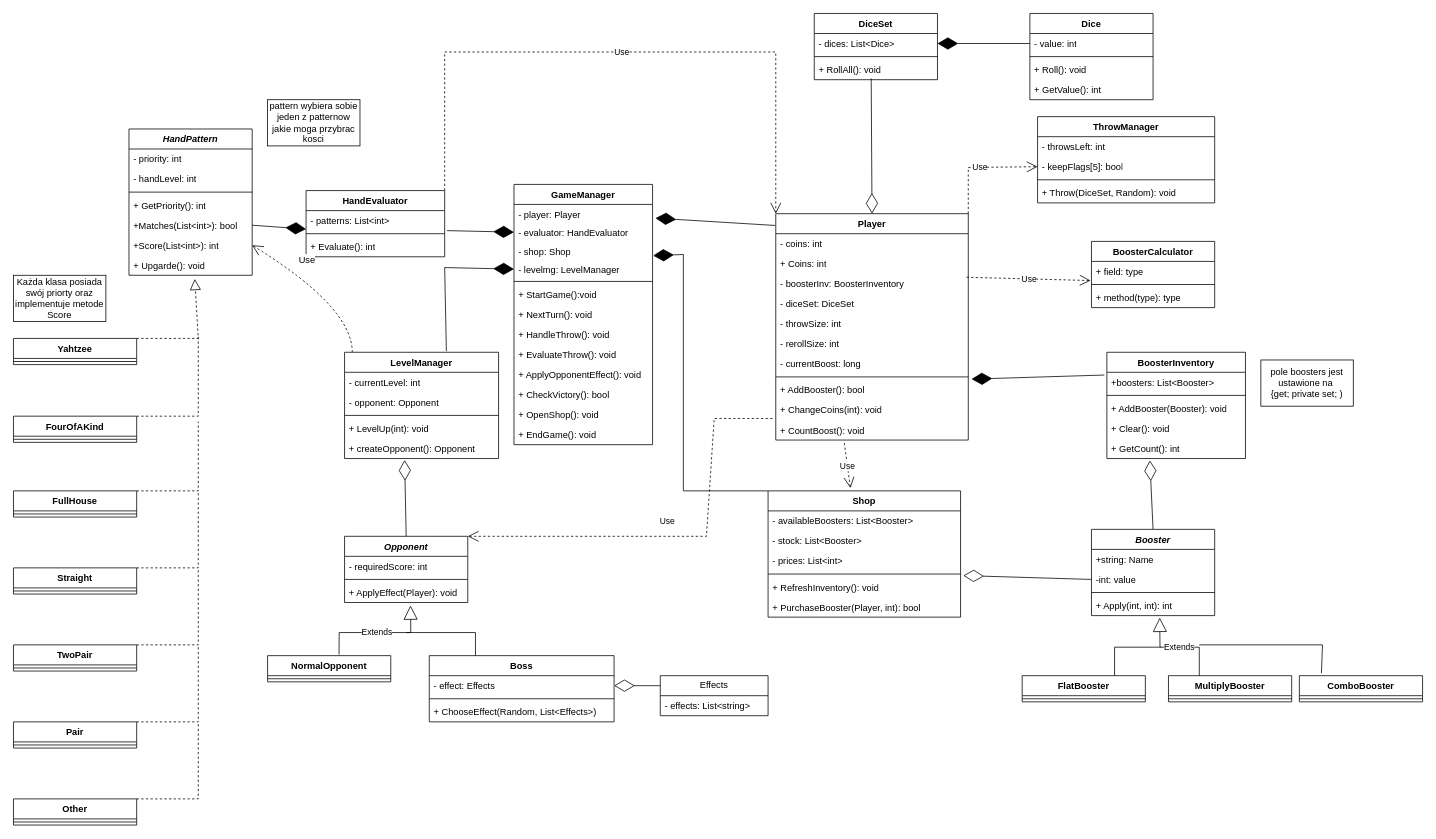
Before: DiceGame.drawio in kcprlal/DiceGame, a draw.io diagram. Source tidied: cells renumbered, new cells numbered last; positions are measured from the earlier drawing's top-left corner, leaving out a move shared by most shapes. Both pictures are drawn from the tidied source at 77%, with x=0, y=0 at pixel (13, 13).
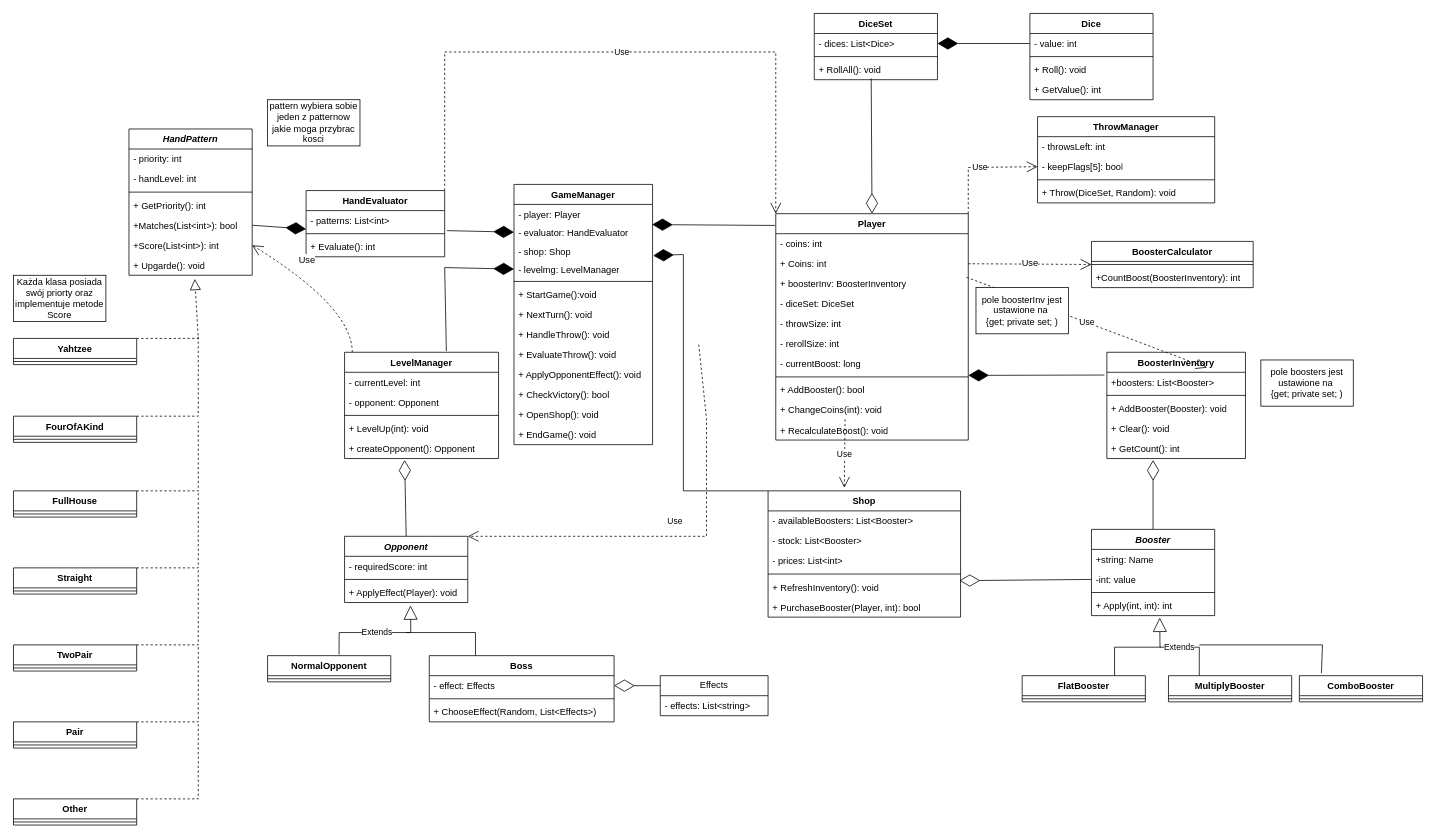
After the change.

The change refers to these unchanged cells:
```xml
<mxCell id="3" value="- player: Player" style="text;strokeColor=none;fillColor=none;align=left;verticalAlign=top;spacingLeft=4;spacingRight=4;overflow=hidden;points=[[0,0.5],[1,0.5]];portConstraint=eastwest;whiteSpace=wrap;html=1;" parent="2" vertex="1">
  <mxGeometry y="26" width="180" height="24" as="geometry" />
</mxCell>
<mxCell id="4" value="- evaluator: HandEvaluator" style="text;strokeColor=none;fillColor=none;align=left;verticalAlign=top;spacingLeft=4;spacingRight=4;overflow=hidden;points=[[0,0.5],[1,0.5]];portConstraint=eastwest;whiteSpace=wrap;html=1;" parent="2" vertex="1">
  <mxGeometry y="50" width="180" height="24" as="geometry" />
</mxCell>
<mxCell id="16" value="Player" style="swimlane;fontStyle=1;align=center;verticalAlign=top;horizontal=1;startSize=26;whiteSpace=wrap;html=1;" parent="1" vertex="1">
  <mxGeometry x="990" y="260" width="250" height="294" as="geometry" />
</mxCell>
<mxCell id="18" value="+ Coins: int" style="text;strokeColor=none;fillColor=none;align=left;verticalAlign=top;spacingLeft=4;spacingRight=4;overflow=hidden;points=[[0,0.5],[1,0.5]];portConstraint=eastwest;whiteSpace=wrap;html=1;" parent="16" vertex="1">
  <mxGeometry y="52" width="250" height="26" as="geometry" />
</mxCell>
<mxCell id="25" value="+ AddBooster(): bool" style="text;strokeColor=none;fillColor=none;align=left;verticalAlign=top;spacingLeft=4;spacingRight=4;overflow=hidden;points=[[0,0.5],[1,0.5]];portConstraint=eastwest;whiteSpace=wrap;html=1;" parent="16" vertex="1">
  <mxGeometry y="216" width="250" height="26" as="geometry" />
</mxCell>
<mxCell id="30" value="+boosters: List&amp;lt;Booster&amp;gt;" style="text;strokeColor=none;fillColor=none;align=left;verticalAlign=top;spacingLeft=4;spacingRight=4;overflow=hidden;points=[[0,0.5],[1,0.5]];portConstraint=eastwest;whiteSpace=wrap;html=1;" parent="29" vertex="1">
  <mxGeometry y="26" width="180" height="26" as="geometry" />
</mxCell>
<mxCell id="34" value="+ GetCount(): int" style="text;strokeColor=none;fillColor=none;align=left;verticalAlign=top;spacingLeft=4;spacingRight=4;overflow=hidden;points=[[0,0.5],[1,0.5]];portConstraint=eastwest;whiteSpace=wrap;html=1;" parent="29" vertex="1">
  <mxGeometry y="112" width="180" height="26" as="geometry" />
</mxCell>
<mxCell id="36" value="&lt;i&gt;Booster&lt;/i&gt;" style="swimlane;fontStyle=1;align=center;verticalAlign=top;horizontal=1;startSize=26;whiteSpace=wrap;html=1;" parent="1" vertex="1">
  <mxGeometry x="1400" y="670" width="160" height="112" as="geometry" />
</mxCell>
<mxCell id="38" value="-int: value" style="text;strokeColor=none;fillColor=none;align=left;verticalAlign=top;spacingLeft=4;spacingRight=4;overflow=hidden;points=[[0,0.5],[1,0.5]];portConstraint=eastwest;whiteSpace=wrap;html=1;" parent="36" vertex="1">
  <mxGeometry y="52" width="160" height="26" as="geometry" />
</mxCell>
<mxCell id="46" value="Shop" style="swimlane;fontStyle=1;align=center;verticalAlign=top;horizontal=1;startSize=26;whiteSpace=wrap;html=1;" parent="1" vertex="1">
  <mxGeometry x="980" y="620" width="250" height="164" as="geometry" />
</mxCell>
<mxCell id="51" value="+ RefreshInventory(): void" style="text;strokeColor=none;fillColor=none;align=left;verticalAlign=top;spacingLeft=4;spacingRight=4;overflow=hidden;points=[[0,0.5],[1,0.5]];portConstraint=eastwest;whiteSpace=wrap;html=1;" parent="46" vertex="1">
  <mxGeometry y="112" width="250" height="26" as="geometry" />
</mxCell>
<mxCell id="97" value="&lt;i&gt;Opponent&lt;/i&gt;" style="swimlane;fontStyle=1;align=center;verticalAlign=top;horizontal=1;startSize=26;whiteSpace=wrap;html=1;" parent="1" vertex="1">
  <mxGeometry x="430" y="679" width="160" height="86" as="geometry" />
</mxCell>
```

The edit, as a diff of the source:
```diff
@@
-    <mxCell id="19" value="- boosterInv: BoosterInventory" style="text;strokeColor=none;fillColor=none;align=left;verticalAlign=top;spacingLeft=4;spacingRight=4;overflow=hidden;points=[[0,0.5],[1,0.5]];portConstraint=eastwest;whiteSpace=wrap;html=1;" parent="16" vertex="1">
+    <mxCell id="19" value="+ boosterInv: BoosterInventory" style="text;strokeColor=none;fillColor=none;align=left;verticalAlign=top;spacingLeft=4;spacingRight=4;overflow=hidden;points=[[0,0.5],[1,0.5]];portConstraint=eastwest;whiteSpace=wrap;html=1;" parent="16" vertex="1">
       <mxGeometry y="78" width="250" height="26" as="geometry" />
     </mxCell>
@@
-    <mxCell id="27" value="+ CountBoost(): void" style="text;strokeColor=none;fillColor=none;align=left;verticalAlign=top;spacingLeft=4;spacingRight=4;overflow=hidden;points=[[0,0.5],[1,0.5]];portConstraint=eastwest;whiteSpace=wrap;html=1;" parent="16" vertex="1">
-      <mxGeometry y="268" width="250" height="26" as="geometry" />
-    </mxCell>
+    <mxCell id="147" value="+ RecalculateBoost(): void" style="text;strokeColor=none;fillColor=none;align=left;verticalAlign=top;spacingLeft=4;spacingRight=4;overflow=hidden;whiteSpace=wrap;html=1;" parent="16" vertex="1">
+      <mxGeometry y="268" width="250" height="26" as="geometry" />
+    </mxCell>
-    <mxCell id="28" style="endArrow=diamondThin;endFill=1;endSize=24;html=1;rounded=0;exitX=-0.004;exitY=0.052;exitDx=0;exitDy=0;entryX=1.021;entryY=0.743;entryDx=0;entryDy=0;entryPerimeter=0;exitPerimeter=0;" parent="1" edge="1" source="16" target="3">
+    <mxCell id="28" style="endArrow=diamondThin;endFill=1;endSize=24;html=1;rounded=0;exitX=-0.004;exitY=0.052;exitDx=0;exitDy=0;entryX=0.997;entryY=0.092;entryDx=0;entryDy=0;entryPerimeter=0;exitPerimeter=0;" parent="1" edge="1" source="16" target="4">
       <mxGeometry relative="1" as="geometry" />
     </mxCell>
@@
-    <mxCell id="35" style="endArrow=diamondThin;endFill=0;endSize=24;html=1;rounded=0;entryX=0.31;entryY=1.095;entryDx=0;entryDy=0;entryPerimeter=0;exitX=0.5;exitY=0;exitDx=0;exitDy=0;" parent="1" edge="1" source="36" target="34">
-      <mxGeometry relative="1" as="geometry" />
+    <mxCell id="35" style="endArrow=diamondThin;endFill=0;endSize=24;html=1;rounded=0;exitX=0.5;exitY=0;exitDx=0;exitDy=0;" parent="1" edge="1" source="36">
+      <mxGeometry relative="1" as="geometry">
+        <mxPoint x="1480" y="580" as="targetPoint" />
+      </mxGeometry>
     </mxCell>
@@
-    <mxCell id="54" value="Use" style="endArrow=open;endSize=12;dashed=1;html=1;rounded=0;exitX=0.356;exitY=1.148;exitDx=0;exitDy=0;exitPerimeter=0;entryX=0.428;entryY=-0.022;entryDx=0;entryDy=0;entryPerimeter=0;" parent="1" edge="1" source="27" target="46">
-      <mxGeometry x="0.01" relative="1" as="geometry" />
+    <mxCell id="54" value="Use" style="endArrow=open;endSize=12;dashed=1;html=1;rounded=0;exitX=0.356;exitY=1.148;exitDx=0;exitDy=0;exitPerimeter=0;" parent="1" edge="1">
+      <mxGeometry x="0.01" relative="1" as="geometry">
+        <mxPoint x="1080" y="527" as="sourcePoint" />
+        <mxPoint x="1079" y="616" as="targetPoint" />
+      </mxGeometry>
     </mxCell>
-    <mxCell id="55" style="endArrow=diamondThin;endFill=0;endSize=24;html=1;rounded=0;exitX=0;exitY=0.5;exitDx=0;exitDy=0;entryX=1.014;entryY=-0.077;entryDx=0;entryDy=0;entryPerimeter=0;" parent="1" edge="1" source="38" target="51">
+    <mxCell id="55" style="endArrow=diamondThin;endFill=0;endSize=24;html=1;rounded=0;exitX=0;exitY=0.5;exitDx=0;exitDy=0;entryX=0.994;entryY=0.177;entryDx=0;entryDy=0;entryPerimeter=0;" parent="1" edge="1" source="38" target="51">
       <mxGeometry relative="1" as="geometry" />
     </mxCell>
@@
-    <mxCell id="127" style="endArrow=diamondThin;endFill=1;endSize=24;html=1;rounded=0;exitX=-0.018;exitY=0.137;exitDx=0;exitDy=0;entryX=1.017;entryY=-0.044;entryDx=0;entryDy=0;entryPerimeter=0;exitPerimeter=0;" parent="1" edge="1" source="30" target="25">
-      <mxGeometry relative="1" as="geometry" />
+    <mxCell id="127" style="endArrow=diamondThin;endFill=1;endSize=24;html=1;rounded=0;exitX=-0.018;exitY=0.137;exitDx=0;exitDy=0;exitPerimeter=0;" parent="1" edge="1" source="30">
+      <mxGeometry relative="1" as="geometry">
+        <mxPoint x="1240" y="470" as="targetPoint" />
+      </mxGeometry>
     </mxCell>
@@
-    <mxCell id="133" value="Use" style="endArrow=open;endSize=12;dashed=1;html=1;rounded=0;exitX=-0.017;exitY=-0.077;exitDx=0;exitDy=0;entryX=1;entryY=0;entryDx=0;entryDy=0;exitPerimeter=0;" parent="1" edge="1" source="27" target="97">
+    <mxCell id="133" value="Use" style="endArrow=open;endSize=12;dashed=1;html=1;rounded=0;exitX=-0.017;exitY=-0.077;exitDx=0;exitDy=0;entryX=1;entryY=0;entryDx=0;entryDy=0;exitPerimeter=0;" parent="1" edge="1" target="97">
       <mxGeometry x="0.04" y="-20" relative="1" as="geometry">
+        <mxPoint x="890" y="430" as="sourcePoint" />
         <Array as="points">
-          <mxPoint x="910" y="526" />
+          <mxPoint x="900" y="526" />
           <mxPoint x="900" y="679" />
         </Array>
       </mxGeometry>
     </mxCell>
@@
     <mxCell id="138" value="BoosterCalculator" style="swimlane;fontStyle=1;align=center;verticalAlign=top;horizontal=1;startSize=26;whiteSpace=wrap;html=1;" parent="1" vertex="1">
-      <mxGeometry x="1400" y="296" width="160" height="86" as="geometry" />
+      <mxGeometry x="1400" y="296" width="210" height="60" as="geometry" />
     </mxCell>
-    <mxCell id="139" value="+ field: type" style="text;strokeColor=none;fillColor=none;align=left;verticalAlign=top;spacingLeft=4;spacingRight=4;overflow=hidden;points=[[0,0.5],[1,0.5]];portConstraint=eastwest;whiteSpace=wrap;html=1;" parent="138" vertex="1">
-      <mxGeometry y="26" width="160" height="26" as="geometry" />
-    </mxCell>
     <mxCell id="140" style="line;strokeWidth=1;fillColor=none;align=left;verticalAlign=middle;spacingTop=-1;spacingLeft=3;spacingRight=3;labelPosition=right;strokeColor=inherit;" parent="138" vertex="1">
-      <mxGeometry y="52" width="160" height="8" as="geometry" />
+      <mxGeometry y="26" width="210" height="8" as="geometry" />
     </mxCell>
-    <mxCell id="141" value="+ method(type): type" style="text;strokeColor=none;fillColor=none;align=left;verticalAlign=top;spacingLeft=4;spacingRight=4;overflow=hidden;whiteSpace=wrap;html=1;" parent="138" vertex="1">
-      <mxGeometry y="60" width="160" height="26" as="geometry" />
+    <mxCell id="141" value="+CountBoost(BoosterInventory): int" style="text;strokeColor=none;fillColor=none;align=left;verticalAlign=top;spacingLeft=4;spacingRight=4;overflow=hidden;whiteSpace=wrap;html=1;" parent="138" vertex="1">
+      <mxGeometry y="34" width="210" height="26" as="geometry" />
     </mxCell>
-    <mxCell id="142" value="Use" style="endArrow=open;endSize=12;dashed=1;html=1;rounded=0;exitX=0.991;exitY=0.177;exitDx=0;exitDy=0;exitPerimeter=0;entryX=-0.007;entryY=0.956;entryDx=0;entryDy=0;entryPerimeter=0;" parent="1" edge="1" source="19" target="139">
-      <mxGeometry relative="1" as="geometry" />
+    <mxCell id="142" value="Use" style="endArrow=open;endSize=12;dashed=1;html=1;rounded=0;exitX=0.991;exitY=0.177;exitDx=0;exitDy=0;exitPerimeter=0;entryX=-0.021;entryY=0.777;entryDx=0;entryDy=0;entryPerimeter=0;" parent="1" edge="1" source="19">
+      <mxGeometry relative="1" as="geometry">
+        <mxPoint x="1550" y="460" as="targetPoint" />
+      </mxGeometry>
     </mxCell>
@@
+    <mxCell id="148" value="Use" style="endArrow=open;endSize=12;dashed=1;html=1;rounded=0;fontSize=12;curved=1;exitX=1;exitY=0.5;exitDx=0;exitDy=0;entryX=0;entryY=0.5;entryDx=0;entryDy=0;" parent="1" edge="1" source="18" target="138">
+      <mxGeometry relative="1" as="geometry" />
+    </mxCell>
+    <mxCell id="149" value="pole boosterInv jest ustawione na&amp;nbsp;&lt;div&gt;{get; private set; )&lt;/div&gt;" style="rounded=0;whiteSpace=wrap;html=1;" parent="1" vertex="1">
+      <mxGeometry x="1250" y="356" width="120" height="60" as="geometry" />
+    </mxCell>
```
